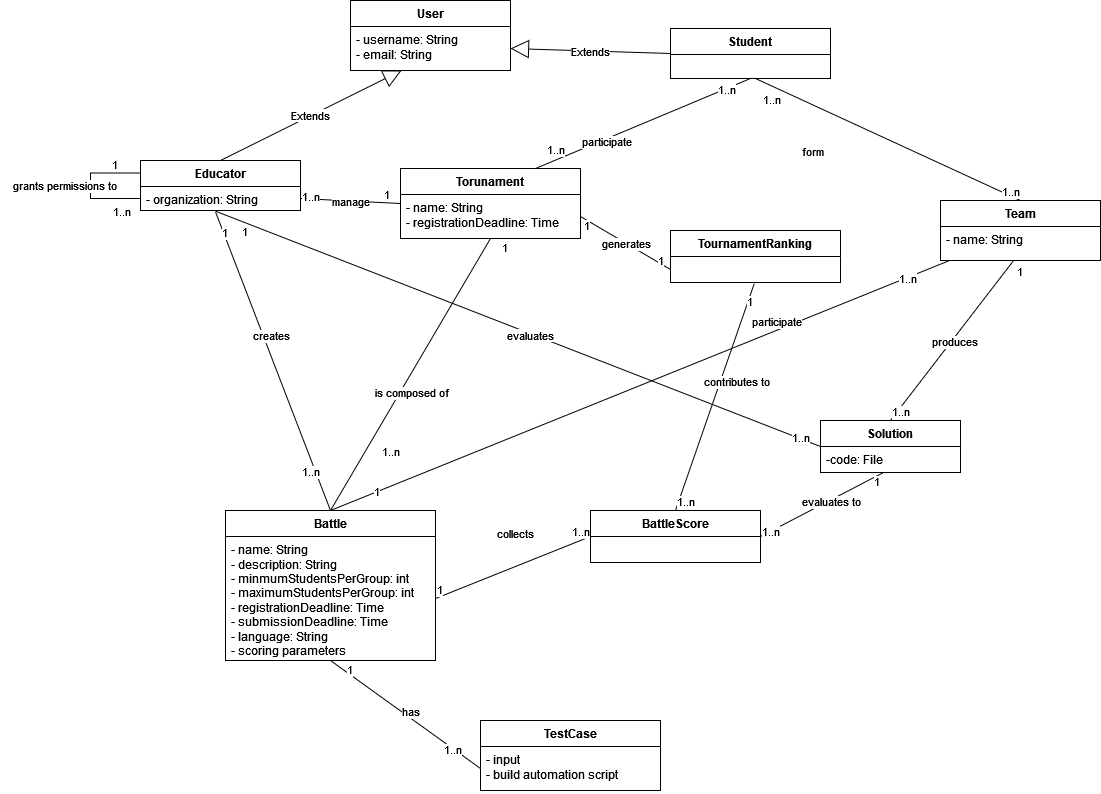
Francesco4Galbiati/FossaGalbiati keeps this draw.io diagram as RASD/ClassDiagram.png. Above is the earlier version. Source tidied: cells renumbered, new cells last; positions are measured from the earlier drawing's top-left corner, leaving out a move shared by most shapes.
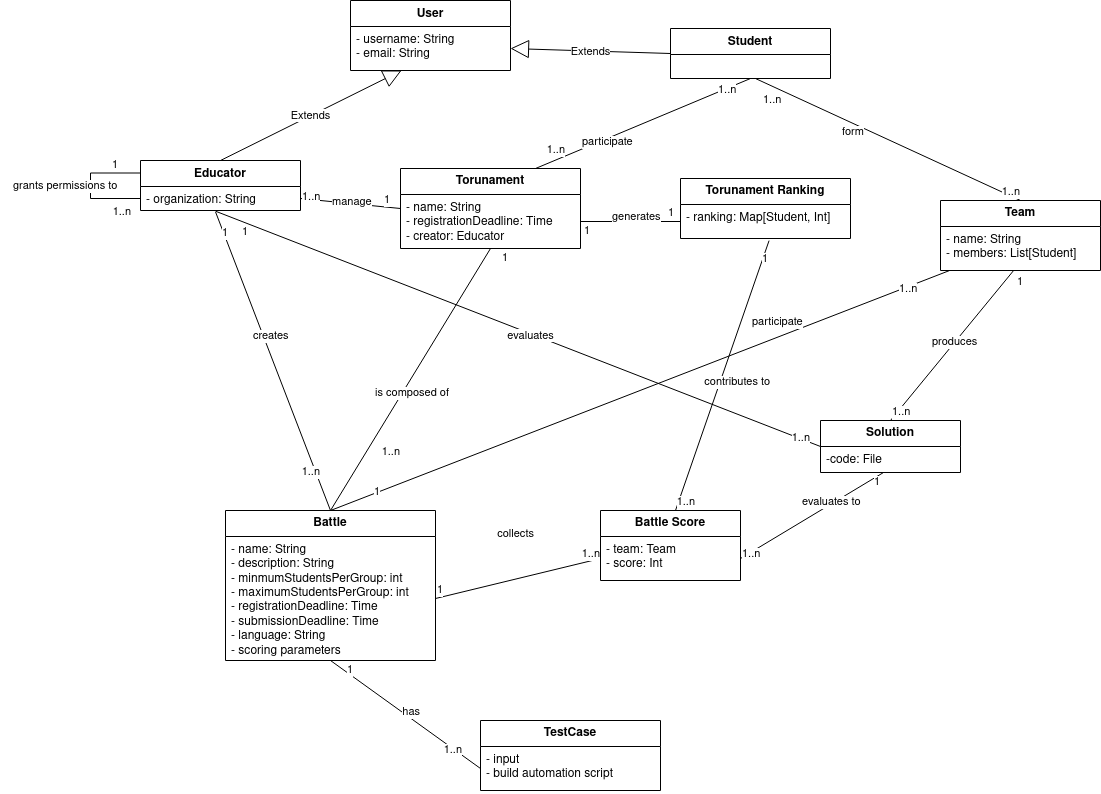
Above is the later version.

The edit, as a diff of the source:
```diff
@@ -54,10 +54,10 @@
       <mxGeometry relative="1" as="geometry" />
     </mxCell>
     <mxCell id="16" value="&lt;b&gt;Torunament&lt;/b&gt;" style="swimlane;fontStyle=0;horizontal=1;startSize=26;fillColor=none;whiteSpace=wrap;html=1;" parent="1" vertex="1">
-      <mxGeometry x="400" y="168" width="180" height="70" as="geometry" />
+      <mxGeometry x="400" y="168" width="180" height="80" as="geometry" />
     </mxCell>
-    <mxCell id="17" value="&lt;div&gt;- name: String&lt;/div&gt;&lt;div&gt;- registrationDeadline: Time&lt;br&gt;&lt;/div&gt;&lt;div&gt;&lt;br&gt;&lt;/div&gt;" style="text;strokeColor=none;fillColor=none;align=left;verticalAlign=top;spacingLeft=4;spacingRight=4;overflow=hidden;points=[[0,0.5],[1,0.5]];portConstraint=eastwest;whiteSpace=wrap;html=1;" parent="16" vertex="1">
-      <mxGeometry y="26" width="180" height="44" as="geometry" />
+    <mxCell id="17" value="&lt;div&gt;- name: String&lt;/div&gt;&lt;div&gt;- registrationDeadline: Time&lt;br&gt;&lt;/div&gt;- creator: Educator" style="text;strokeColor=none;fillColor=none;align=left;verticalAlign=top;spacingLeft=4;spacingRight=4;overflow=hidden;points=[[0,0.5],[1,0.5]];portConstraint=eastwest;whiteSpace=wrap;html=1;" parent="16" vertex="1">
+      <mxGeometry y="26" width="180" height="54" as="geometry" />
     </mxCell>
     <mxCell id="18" value="&lt;b&gt;Battle&lt;/b&gt;" style="swimlane;fontStyle=0;horizontal=1;startSize=26;fillColor=none;whiteSpace=wrap;html=1;" parent="1" vertex="1">
       <mxGeometry x="225" y="510" width="210" height="150" as="geometry" />
@@ -66,10 +66,10 @@
       <mxGeometry y="26" width="210" height="124" as="geometry" />
     </mxCell>
     <mxCell id="20" value="&lt;b&gt;Team&lt;/b&gt;" style="swimlane;fontStyle=0;horizontal=1;startSize=26;fillColor=none;whiteSpace=wrap;html=1;" parent="1" vertex="1">
-      <mxGeometry x="940" y="200" width="160" height="60" as="geometry" />
+      <mxGeometry x="940" y="200" width="160" height="70" as="geometry" />
     </mxCell>
-    <mxCell id="21" value="&lt;div&gt;- name: String&lt;/div&gt;" style="text;strokeColor=none;fillColor=none;align=left;verticalAlign=top;spacingLeft=4;spacingRight=4;overflow=hidden;points=[[0,0.5],[1,0.5]];portConstraint=eastwest;whiteSpace=wrap;html=1;" parent="20" vertex="1">
-      <mxGeometry y="26" width="160" height="34" as="geometry" />
+    <mxCell id="21" value="&lt;div&gt;- name: String&lt;/div&gt;&lt;div&gt;- members: List[Student]&lt;br&gt;&lt;/div&gt;&lt;div&gt;&lt;br&gt;&lt;/div&gt;" style="text;strokeColor=none;fillColor=none;align=left;verticalAlign=top;spacingLeft=4;spacingRight=4;overflow=hidden;points=[[0,0.5],[1,0.5]];portConstraint=eastwest;whiteSpace=wrap;html=1;" parent="20" vertex="1">
+      <mxGeometry y="26" width="160" height="44" as="geometry" />
     </mxCell>
     <mxCell id="22" value="&lt;b&gt;Solution&lt;/b&gt;" style="swimlane;fontStyle=0;horizontal=1;startSize=26;fillColor=none;whiteSpace=wrap;html=1;" parent="1" vertex="1">
       <mxGeometry x="820" y="420" width="140" height="52" as="geometry" />
@@ -88,11 +88,8 @@
     <mxCell id="26" value="1..n" style="edgeLabel;html=1;align=right;verticalAlign=bottom;" parent="24" vertex="1">
       <mxGeometry x="1" relative="1" as="geometry" />
     </mxCell>
-    <mxCell id="27" value="&lt;b&gt;TournamentRanking&lt;/b&gt;" style="swimlane;fontStyle=0;horizontal=1;startSize=26;fillColor=none;whiteSpace=wrap;html=1;" parent="1" vertex="1">
-      <mxGeometry x="670" y="230" width="170" height="52" as="geometry" />
-    </mxCell>
     <mxCell id="28" value="form" style="edgeLabel;html=1;align=left;verticalAlign=bottom;" parent="1" vertex="1">
-      <mxGeometry x="800" y="160" as="geometry" />
+      <mxGeometry x="840" y="140" as="geometry" />
     </mxCell>
     <mxCell id="29" style="endArrow=none;html=1;rounded=0;entryX=0.5;entryY=0;entryDx=0;entryDy=0;exitX=0.057;exitY=1;exitDx=0;exitDy=0;exitPerimeter=0;" parent="1" edge="1" source="21" target="18">
       <mxGeometry relative="1" as="geometry" />
@@ -168,10 +165,8 @@
     <mxCell id="46" value="participate" style="edgeLabel;html=1;align=left;verticalAlign=bottom;" parent="1" vertex="1">
       <mxGeometry x="580" y="150" as="geometry" />
     </mxCell>
-    <mxCell id="47" style="endArrow=none;html=1;rounded=0;entryX=1;entryY=0.5;entryDx=0;entryDy=0;exitX=0;exitY=0.5;exitDx=0;exitDy=0;" parent="1" edge="1" target="17">
-      <mxGeometry relative="1" as="geometry">
-        <mxPoint x="670" y="269" as="sourcePoint" />
-      </mxGeometry>
+    <mxCell id="47" style="endArrow=none;html=1;rounded=0;entryX=1;entryY=0.5;entryDx=0;entryDy=0;exitX=0;exitY=0.5;exitDx=0;exitDy=0;" parent="1" edge="1" source="83" target="17">
+      <mxGeometry relative="1" as="geometry" />
     </mxCell>
     <mxCell id="48" value="1" style="edgeLabel;html=1;align=left;verticalAlign=bottom;" parent="47" vertex="1">
       <mxGeometry x="-1" relative="1" as="geometry">
@@ -200,7 +195,7 @@
       </mxGeometry>
     </mxCell>
     <mxCell id="54" value="generates" style="edgeLabel;html=1;align=left;verticalAlign=bottom;" parent="1" vertex="1">
-      <mxGeometry x="600" y="252" as="geometry" />
+      <mxGeometry x="610" y="225" as="geometry" />
     </mxCell>
     <mxCell id="55" value="produces" style="edgeLabel;html=1;align=left;verticalAlign=bottom;" parent="1" vertex="1">
       <mxGeometry x="930" y="350" as="geometry" />
@@ -221,10 +216,7 @@
         <mxPoint x="-10" as="offset" />
       </mxGeometry>
     </mxCell>
-    <mxCell id="60" value="&lt;b&gt;BattleScore&lt;/b&gt;" style="swimlane;fontStyle=0;horizontal=1;startSize=26;fillColor=none;whiteSpace=wrap;html=1;" parent="1" vertex="1">
-      <mxGeometry x="590" y="510" width="170" height="52" as="geometry" />
-    </mxCell>
-    <mxCell id="61" style="endArrow=none;html=1;rounded=0;exitX=1;exitY=0.5;exitDx=0;exitDy=0;entryX=0;entryY=0.5;entryDx=0;entryDy=0;" parent="1" edge="1" source="19" target="60">
+    <mxCell id="61" style="endArrow=none;html=1;rounded=0;exitX=1;exitY=0.5;exitDx=0;exitDy=0;entryX=0;entryY=0.5;entryDx=0;entryDy=0;" parent="1" edge="1" source="19" target="81">
       <mxGeometry relative="1" as="geometry" />
     </mxCell>
     <mxCell id="62" value="1" style="edgeLabel;html=1;align=left;verticalAlign=bottom;" parent="61" vertex="1">
@@ -238,9 +230,9 @@
     <mxCell id="64" value="collects" style="edgeLabel;html=1;align=right;verticalAlign=bottom;" parent="1" vertex="1">
       <mxGeometry x="534" y="542" as="geometry" />
     </mxCell>
-    <mxCell id="65" style="endArrow=none;html=1;rounded=0;exitX=0.493;exitY=1.038;exitDx=0;exitDy=0;exitPerimeter=0;entryX=0.5;entryY=0;entryDx=0;entryDy=0;" parent="1" edge="1" target="60">
+    <mxCell id="65" style="endArrow=none;html=1;rounded=0;exitX=0.521;exitY=1.062;exitDx=0;exitDy=0;exitPerimeter=0;entryX=0.5;entryY=0;entryDx=0;entryDy=0;" parent="1" edge="1" source="83">
       <mxGeometry relative="1" as="geometry">
-        <mxPoint x="753.8" y="283" as="sourcePoint" />
+        <mxPoint x="675" y="510" as="targetPoint" />
       </mxGeometry>
     </mxCell>
     <mxCell id="66" value="1" style="edgeLabel;html=1;align=left;verticalAlign=bottom;" parent="65" vertex="1">
@@ -256,7 +248,7 @@
     <mxCell id="68" value="contributes to" style="edgeLabel;html=1;align=right;verticalAlign=bottom;" parent="1" vertex="1">
       <mxGeometry x="770" y="390" as="geometry" />
     </mxCell>
-    <mxCell id="69" style="endArrow=none;html=1;rounded=0;exitX=1;exitY=0.5;exitDx=0;exitDy=0;entryX=0.45;entryY=1;entryDx=0;entryDy=0;entryPerimeter=0;" parent="1" edge="1" source="60" target="23">
+    <mxCell id="69" style="endArrow=none;html=1;rounded=0;exitX=1;exitY=0.5;exitDx=0;exitDy=0;entryX=0.45;entryY=1;entryDx=0;entryDy=0;entryPerimeter=0;" parent="1" edge="1" source="81" target="23">
       <mxGeometry relative="1" as="geometry" />
     </mxCell>
     <mxCell id="70" value="1..n" style="edgeLabel;html=1;align=left;verticalAlign=bottom;" parent="69" vertex="1">
@@ -301,5 +293,17 @@
     <mxCell id="79" value="&lt;div&gt;- input&lt;/div&gt;- build automation script" style="text;strokeColor=none;fillColor=none;align=left;verticalAlign=top;spacingLeft=4;spacingRight=4;overflow=hidden;points=[[0,0.5],[1,0.5]];portConstraint=eastwest;whiteSpace=wrap;html=1;" parent="78" vertex="1">
       <mxGeometry y="26" width="180" height="44" as="geometry" />
     </mxCell>
+    <mxCell id="80" value="&lt;b&gt;Battle Score&lt;br&gt;&lt;/b&gt;" style="swimlane;fontStyle=0;horizontal=1;startSize=26;fillColor=none;whiteSpace=wrap;html=1;" parent="1" vertex="1">
+      <mxGeometry x="600" y="510" width="140" height="70" as="geometry" />
+    </mxCell>
+    <mxCell id="81" value="- team: Team&lt;div&gt;- score: Int&lt;br&gt;&lt;/div&gt;" style="text;strokeColor=none;fillColor=none;align=left;verticalAlign=top;spacingLeft=4;spacingRight=4;overflow=hidden;points=[[0,0.5],[1,0.5]];portConstraint=eastwest;whiteSpace=wrap;html=1;" parent="80" vertex="1">
+      <mxGeometry y="26" width="140" height="44" as="geometry" />
+    </mxCell>
+    <mxCell id="82" value="&lt;b&gt;Torunament Ranking&lt;br&gt;&lt;/b&gt;" style="swimlane;fontStyle=0;horizontal=1;startSize=26;fillColor=none;whiteSpace=wrap;html=1;" parent="1" vertex="1">
+      <mxGeometry x="680" y="178" width="170" height="60" as="geometry" />
+    </mxCell>
+    <mxCell id="83" value="- ranking: Map[Student, Int]" style="text;strokeColor=none;fillColor=none;align=left;verticalAlign=top;spacingLeft=4;spacingRight=4;overflow=hidden;points=[[0,0.5],[1,0.5]];portConstraint=eastwest;whiteSpace=wrap;html=1;" parent="82" vertex="1">
+      <mxGeometry y="26" width="170" height="34" as="geometry" />
+    </mxCell>
   </root>
 </mxGraphModel>
```
